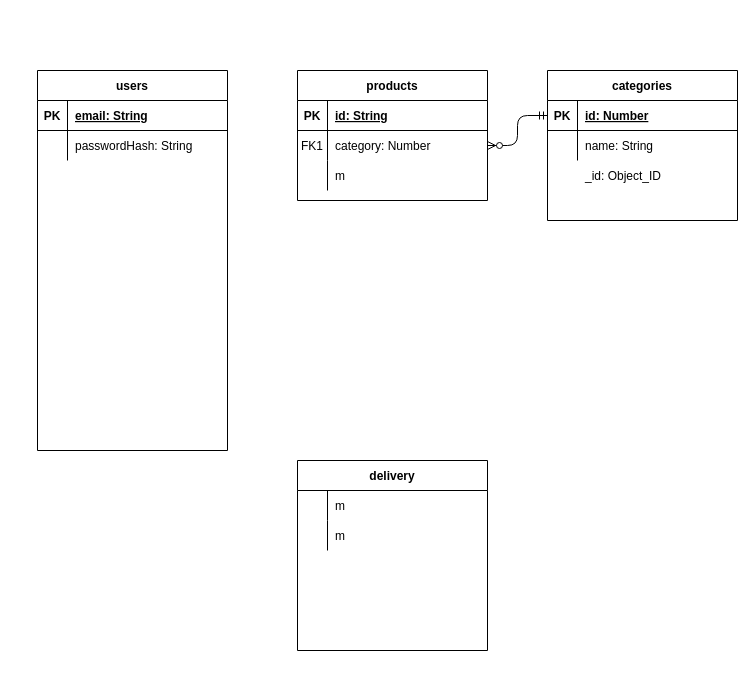
Above: Untitled Diagram.drawio in petelina17/webshop (draw.io), before the change. Source tidied: cells renumbered, new cells numbered last; positions are measured from the earlier drawing's top-left corner, leaving out a move shared by most shapes. Both pictures are drawn from the tidied source at 100%, with x=0, y=0 at pixel (37, 70).
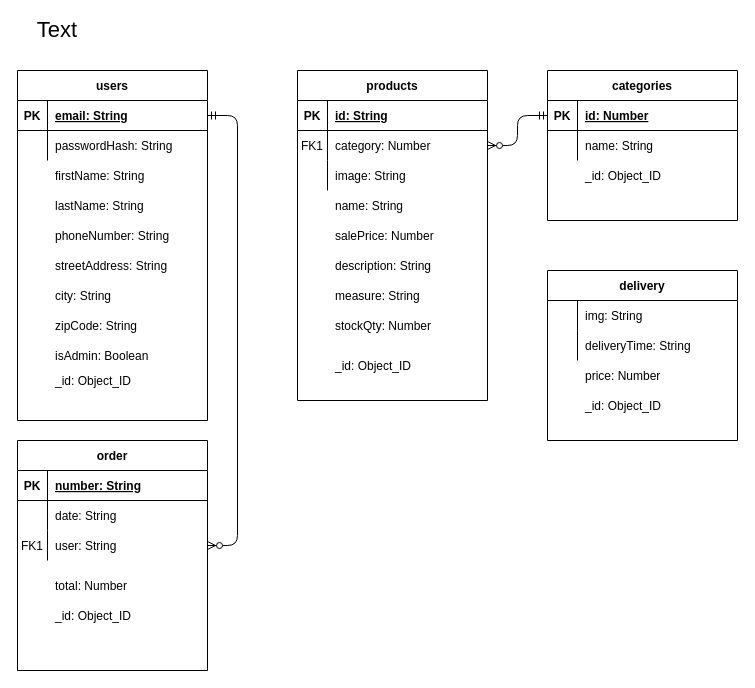
Above is the later version.

The change refers to these unchanged cells:
```xml
<mxCell id="10" style="shape=partialRectangle;fillColor=none;top=0;left=0;right=0;bottom=0;" parent="3" vertex="1">
  <mxGeometry y="90" width="190" height="30" as="geometry" />
</mxCell>
<mxCell id="14" style="shape=partialRectangle;fillColor=none;top=0;left=0;right=0;bottom=0;" parent="13" vertex="1">
  <mxGeometry y="30" width="190" height="30" as="geometry" />
</mxCell>
<mxCell id="17" style="shape=partialRectangle;fillColor=none;top=0;left=0;right=0;bottom=0;" parent="13" vertex="1">
  <mxGeometry y="60" width="190" height="30" as="geometry" />
</mxCell>
<mxCell id="21" style="shape=partialRectangle;fillColor=none;points=[[0,0.5],[1,0.5]];portConstraint=eastwest;top=0;left=0;right=0;bottom=1;" parent="20" vertex="1">
  <mxGeometry y="30" width="190" height="30" as="geometry" />
</mxCell>
```

Change to the diagram source:
```diff
@@
     <mxCell id="3" value="products" style="shape=table;startSize=30;childLayout=tableLayout;rowLines=0;fontStyle=1;align=center;" parent="1" vertex="1">
-      <mxGeometry x="260" width="190" height="130" as="geometry" />
+      <mxGeometry x="260" width="190" height="330" as="geometry" />
     </mxCell>
@@
-    <mxCell id="12" value="m" style="shape=partialRectangle;overflow=hidden;fillColor=none;top=0;left=0;bottom=0;right=0;align=left;spacingLeft=6;" parent="10" vertex="1">
+    <mxCell id="12" value="image: String" style="shape=partialRectangle;overflow=hidden;fillColor=none;top=0;left=0;bottom=0;right=0;align=left;spacingLeft=6;" parent="10" vertex="1">
       <mxGeometry x="30" width="160" height="30" as="geometry" />
     </mxCell>
     <mxCell id="13" value="delivery" style="shape=table;startSize=30;childLayout=tableLayout;rowLines=0;fontStyle=1;align=center;" parent="1" vertex="1">
-      <mxGeometry x="260" y="390" width="190" height="190" as="geometry" />
+      <mxGeometry x="510" y="200" width="190" height="170" as="geometry" />
     </mxCell>
@@
-    <mxCell id="16" value="m" style="shape=partialRectangle;overflow=hidden;fillColor=none;top=0;left=0;bottom=0;right=0;align=left;spacingLeft=6;" parent="14" vertex="1">
+    <mxCell id="16" value="img: String" style="shape=partialRectangle;overflow=hidden;fillColor=none;top=0;left=0;bottom=0;right=0;align=left;spacingLeft=6;" parent="14" vertex="1">
       <mxGeometry x="30" width="160" height="30" as="geometry" />
     </mxCell>
@@
-    <mxCell id="19" value="m" style="shape=partialRectangle;overflow=hidden;fillColor=none;top=0;left=0;bottom=0;right=0;align=left;spacingLeft=6;" parent="17" vertex="1">
+    <mxCell id="19" value="deliveryTime: String" style="shape=partialRectangle;overflow=hidden;fillColor=none;top=0;left=0;bottom=0;right=0;align=left;spacingLeft=6;" parent="17" vertex="1">
       <mxGeometry x="30" width="160" height="30" as="geometry" />
     </mxCell>
     <mxCell id="20" value="users" style="shape=table;startSize=30;childLayout=tableLayout;rowLines=0;fontStyle=1;align=center;" parent="1" vertex="1">
-      <mxGeometry width="190" height="380" as="geometry" />
+      <mxGeometry x="-20" width="190" height="350" as="geometry" />
     </mxCell>
@@
+    <mxCell id="35" value="firstName: String" style="shape=partialRectangle;overflow=hidden;fillColor=none;top=0;left=0;bottom=0;right=0;align=left;spacingLeft=6;" parent="1" vertex="1">
+      <mxGeometry x="10" y="90" width="160" height="30" as="geometry" />
+    </mxCell>
+    <mxCell id="36" value="lastName: String" style="shape=partialRectangle;overflow=hidden;fillColor=none;top=0;left=0;bottom=0;right=0;align=left;spacingLeft=6;" parent="1" vertex="1">
+      <mxGeometry x="10" y="120" width="160" height="30" as="geometry" />
+    </mxCell>
+    <mxCell id="37" value="phoneNumber: String" style="shape=partialRectangle;overflow=hidden;fillColor=none;top=0;left=0;bottom=0;right=0;align=left;spacingLeft=6;" parent="1" vertex="1">
+      <mxGeometry x="10" y="150" width="160" height="30" as="geometry" />
+    </mxCell>
+    <mxCell id="38" value="streetAddress: String" style="shape=partialRectangle;overflow=hidden;fillColor=none;top=0;left=0;bottom=0;right=0;align=left;spacingLeft=6;" parent="1" vertex="1">
+      <mxGeometry x="10" y="180" width="160" height="30" as="geometry" />
+    </mxCell>
+    <mxCell id="39" value="zipCode: String" style="shape=partialRectangle;overflow=hidden;fillColor=none;top=0;left=0;bottom=0;right=0;align=left;spacingLeft=6;" parent="1" vertex="1">
+      <mxGeometry x="10" y="240" width="160" height="30" as="geometry" />
+    </mxCell>
+    <mxCell id="40" value="city: String" style="shape=partialRectangle;overflow=hidden;fillColor=none;top=0;left=0;bottom=0;right=0;align=left;spacingLeft=6;" parent="1" vertex="1">
+      <mxGeometry x="10" y="210" width="160" height="30" as="geometry" />
+    </mxCell>
+    <mxCell id="41" value="isAdmin: Boolean" style="shape=partialRectangle;overflow=hidden;fillColor=none;top=0;left=0;bottom=0;right=0;align=left;spacingLeft=6;" parent="1" vertex="1">
+      <mxGeometry x="10" y="270" width="160" height="30" as="geometry" />
+    </mxCell>
+    <mxCell id="42" value="salePrice: Number" style="shape=partialRectangle;overflow=hidden;fillColor=none;top=0;left=0;bottom=0;right=0;align=left;spacingLeft=6;" parent="1" vertex="1">
+      <mxGeometry x="290" y="150" width="160" height="30" as="geometry" />
+    </mxCell>
+    <mxCell id="43" value="name: String" style="shape=partialRectangle;overflow=hidden;fillColor=none;top=0;left=0;bottom=0;right=0;align=left;spacingLeft=6;" parent="1" vertex="1">
+      <mxGeometry x="290" y="120" width="160" height="30" as="geometry" />
+    </mxCell>
+    <mxCell id="44" value="description: String" style="shape=partialRectangle;overflow=hidden;fillColor=none;top=0;left=0;bottom=0;right=0;align=left;spacingLeft=6;" parent="1" vertex="1">
+      <mxGeometry x="290" y="180" width="160" height="30" as="geometry" />
+    </mxCell>
+    <mxCell id="45" value="measure: String" style="shape=partialRectangle;overflow=hidden;fillColor=none;top=0;left=0;bottom=0;right=0;align=left;spacingLeft=6;" parent="1" vertex="1">
+      <mxGeometry x="290" y="210" width="160" height="30" as="geometry" />
+    </mxCell>
+    <mxCell id="46" value="stockQty: Number" style="shape=partialRectangle;overflow=hidden;fillColor=none;top=0;left=0;bottom=0;right=0;align=left;spacingLeft=6;" parent="1" vertex="1">
+      <mxGeometry x="290" y="240" width="160" height="30" as="geometry" />
+    </mxCell>
+    <mxCell id="47" value="_id: Object_ID" style="shape=partialRectangle;overflow=hidden;fillColor=none;top=0;left=0;bottom=0;right=0;align=left;spacingLeft=6;" parent="1" vertex="1">
+      <mxGeometry x="10" y="295" width="160" height="30" as="geometry" />
+    </mxCell>
+    <mxCell id="48" value="_id: Object_ID" style="shape=partialRectangle;overflow=hidden;fillColor=none;top=0;left=0;bottom=0;right=0;align=left;spacingLeft=6;" parent="1" vertex="1">
+      <mxGeometry x="290" y="280" width="160" height="30" as="geometry" />
+    </mxCell>
+    <mxCell id="49" value="price: Number" style="shape=partialRectangle;overflow=hidden;fillColor=none;top=0;left=0;bottom=0;right=0;align=left;spacingLeft=6;" parent="1" vertex="1">
+      <mxGeometry x="540" y="290" width="160" height="30" as="geometry" />
+    </mxCell>
+    <mxCell id="50" value="_id: Object_ID" style="shape=partialRectangle;overflow=hidden;fillColor=none;top=0;left=0;bottom=0;right=0;align=left;spacingLeft=6;" parent="1" vertex="1">
+      <mxGeometry x="540" y="320" width="160" height="30" as="geometry" />
+    </mxCell>
+    <mxCell id="51" value="order" style="shape=table;startSize=30;childLayout=tableLayout;rowLines=0;fontStyle=1;align=center;" parent="1" vertex="1">
+      <mxGeometry x="-20" y="370" width="190" height="230" as="geometry" />
+    </mxCell>
+    <mxCell id="52" style="shape=partialRectangle;fillColor=none;top=0;left=0;right=0;bottom=1;" parent="51" vertex="1">
+      <mxGeometry y="30" width="190" height="30" as="geometry" />
+    </mxCell>
+    <mxCell id="53" value="PK" style="shape=partialRectangle;overflow=hidden;fillColor=none;top=0;left=0;bottom=0;right=0;fontStyle=1;" parent="52" vertex="1">
+      <mxGeometry width="30" height="30" as="geometry" />
+    </mxCell>
+    <mxCell id="54" value="number: String" style="shape=partialRectangle;overflow=hidden;fillColor=none;top=0;left=0;bottom=0;right=0;align=left;spacingLeft=6;fontStyle=5;" parent="52" vertex="1">
+      <mxGeometry x="30" width="160" height="30" as="geometry" />
+    </mxCell>
+    <mxCell id="55" style="shape=partialRectangle;fillColor=none;top=0;left=0;right=0;bottom=0;" parent="51" vertex="1">
+      <mxGeometry y="60" width="190" height="30" as="geometry" />
+    </mxCell>
+    <mxCell id="56" style="shape=partialRectangle;overflow=hidden;fillColor=none;top=0;left=0;bottom=0;right=0;" parent="55" vertex="1">
+      <mxGeometry width="30" height="30" as="geometry" />
+    </mxCell>
+    <mxCell id="57" value="date: String" style="shape=partialRectangle;overflow=hidden;fillColor=none;top=0;left=0;bottom=0;right=0;align=left;spacingLeft=6;" parent="55" vertex="1">
+      <mxGeometry x="30" width="160" height="30" as="geometry" />
+    </mxCell>
+    <mxCell id="58" style="shape=partialRectangle;fillColor=none;points=[[0,0.5],[1,0.5]];portConstraint=eastwest;top=0;left=0;right=0;bottom=0;" parent="51" vertex="1">
+      <mxGeometry y="90" width="190" height="30" as="geometry" />
+    </mxCell>
+    <mxCell id="59" value="FK1" style="shape=partialRectangle;overflow=hidden;fillColor=none;top=0;left=0;bottom=0;right=0;" parent="58" vertex="1">
+      <mxGeometry width="30" height="30" as="geometry" />
+    </mxCell>
+    <mxCell id="60" value="user: String" style="shape=partialRectangle;overflow=hidden;fillColor=none;top=0;left=0;bottom=0;right=0;align=left;spacingLeft=6;" parent="58" vertex="1">
+      <mxGeometry x="30" width="160" height="30" as="geometry" />
+    </mxCell>
+    <mxCell id="61" value="total: Number" style="shape=partialRectangle;overflow=hidden;fillColor=none;top=0;left=0;bottom=0;right=0;align=left;spacingLeft=6;" parent="1" vertex="1">
+      <mxGeometry x="10" y="500" width="160" height="30" as="geometry" />
+    </mxCell>
+    <mxCell id="62" value="_id: Object_ID" style="shape=partialRectangle;overflow=hidden;fillColor=none;top=0;left=0;bottom=0;right=0;align=left;spacingLeft=6;" parent="1" vertex="1">
+      <mxGeometry x="10" y="530" width="160" height="30" as="geometry" />
+    </mxCell>
+    <mxCell id="63" value="Text" style="text;html=1;strokeColor=none;fillColor=none;align=center;verticalAlign=middle;whiteSpace=wrap;rounded=0;fontSize=22;" parent="1" vertex="1">
+      <mxGeometry y="-50" width="40" height="20" as="geometry" />
+    </mxCell>
+    <mxCell id="64" style="edgeStyle=entityRelationEdgeStyle;endArrow=ERzeroToMany;startArrow=ERmandOne;endFill=1;startFill=0;" parent="1" edge="1" source="21" target="58">
+      <mxGeometry relative="1" as="geometry" />
+    </mxCell>
```
